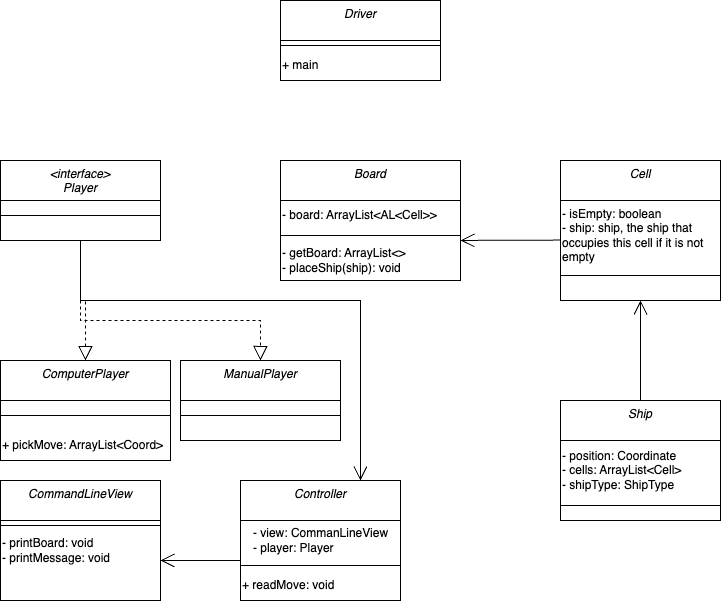
Before: pa03 Class Diagram .drawio.png, a diagram exported from draw.io (CS-3500-OOD/pa03-marbleville). Source tidied: cells renumbered, new cells last; positions are measured from the earlier drawing's top-left corner, leaving out a move shared by most shapes.
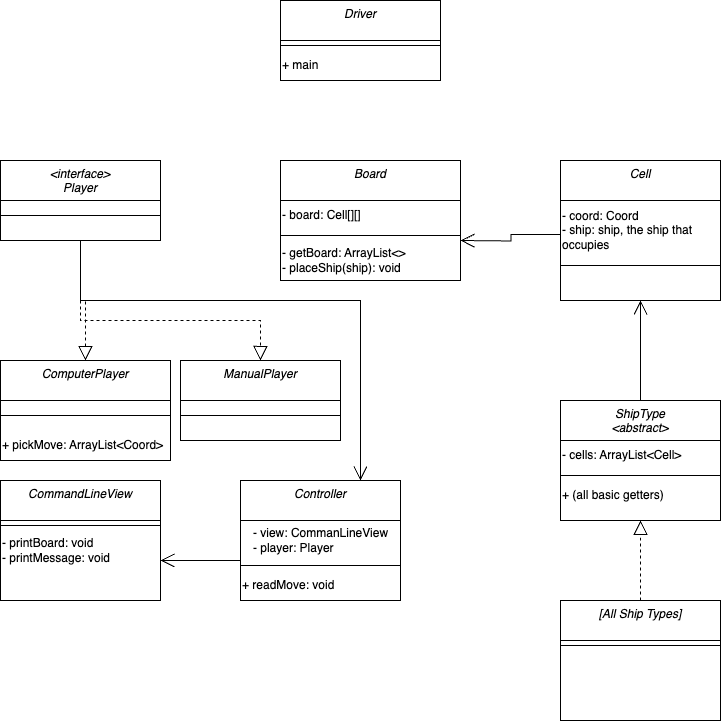
The same diagram one commit later.

The edit, as a diff of the source:
```diff
@@ -11,7 +11,7 @@
     <mxCell id="4" value="Board" style="swimlane;fontStyle=2;align=center;verticalAlign=top;horizontal=1;startSize=40;rounded=0;shadow=0;strokeWidth=1;" parent="1" vertex="1">
       <mxGeometry x="280" y="160" width="180" height="120" as="geometry" />
     </mxCell>
-    <mxCell id="5" value="- board: ArrayList&amp;lt;AL&amp;lt;Cell&amp;gt;&amp;gt;" style="text;html=1;align=left;verticalAlign=middle;strokeColor=none;fillColor=none;" parent="4" vertex="1">
+    <mxCell id="5" value="- board: Cell[][]" style="text;html=1;align=left;verticalAlign=middle;strokeColor=none;fillColor=none;" parent="4" vertex="1">
       <mxGeometry y="40" width="180" height="30" as="geometry" />
     </mxCell>
     <mxCell id="6" style="line;html=1;strokeWidth=1;align=left;verticalAlign=middle;spacingTop=-1;spacingLeft=3;spacingRight=3;labelPosition=right;" parent="4" vertex="1">
@@ -23,21 +23,24 @@
     <mxCell id="8" value="Cell" style="swimlane;fontStyle=2;align=center;verticalAlign=top;horizontal=1;startSize=40;rounded=0;shadow=0;strokeWidth=1;" parent="1" vertex="1">
       <mxGeometry x="560" y="160" width="160" height="140" as="geometry" />
     </mxCell>
-    <mxCell id="9" value="- isEmpty: boolean&amp;nbsp;&lt;br&gt;- ship: ship, the ship that &lt;br&gt;occupies this cell if it is not &lt;br&gt;empty" style="text;html=1;align=left;verticalAlign=middle;points=[];strokeColor=none;fillColor=none;" parent="8" vertex="1">
-      <mxGeometry y="40" width="160" height="70" as="geometry" />
+    <mxCell id="9" value="- coord: Coord&amp;nbsp;&lt;br&gt;- ship: ship, the ship that &lt;br&gt;occupies" style="text;html=1;align=left;verticalAlign=middle;points=[];strokeColor=none;fillColor=none;" parent="8" vertex="1">
+      <mxGeometry y="40" width="160" height="60" as="geometry" />
     </mxCell>
     <mxCell id="10" style="line;html=1;strokeWidth=1;align=left;verticalAlign=middle;spacingTop=-1;spacingLeft=3;spacingRight=3;labelPosition=right;" parent="8" vertex="1">
-      <mxGeometry y="110" width="160" height="10" as="geometry" />
+      <mxGeometry y="100" width="160" height="10" as="geometry" />
     </mxCell>
-    <mxCell id="11" value="Ship" style="swimlane;fontStyle=2;align=center;verticalAlign=top;horizontal=1;startSize=40;rounded=0;shadow=0;strokeWidth=1;" parent="1" vertex="1">
+    <mxCell id="11" value="ShipType&#10;&lt;abstract&gt;" style="swimlane;fontStyle=2;align=center;verticalAlign=top;horizontal=1;startSize=40;rounded=0;shadow=0;strokeWidth=1;" parent="1" vertex="1">
       <mxGeometry x="560" y="400" width="160" height="120" as="geometry" />
     </mxCell>
-    <mxCell id="12" value="- position: Coordinate&amp;nbsp;&lt;br&gt;- cells: ArrayList&amp;lt;Cell&amp;gt;&amp;nbsp;&lt;br&gt;- shipType: ShipType" style="text;html=1;align=left;verticalAlign=middle;strokeColor=none;fillColor=none;" parent="11" vertex="1">
-      <mxGeometry y="40" width="160" height="60" as="geometry" />
+    <mxCell id="12" value="- cells: ArrayList&amp;lt;Cell&amp;gt;&amp;nbsp;" style="text;html=1;align=left;verticalAlign=middle;strokeColor=none;fillColor=none;" parent="11" vertex="1">
+      <mxGeometry y="40" width="160" height="30" as="geometry" />
     </mxCell>
     <mxCell id="13" style="line;html=1;strokeWidth=1;align=left;verticalAlign=middle;spacingTop=-1;spacingLeft=3;spacingRight=3;labelPosition=right;" parent="11" vertex="1">
-      <mxGeometry y="100" width="160" height="10" as="geometry" />
+      <mxGeometry y="70" width="160" height="10" as="geometry" />
     </mxCell>
+    <mxCell id="35" value="+ (all basic getters)" style="text;html=1;align=left;verticalAlign=middle;strokeColor=none;fillColor=none;" parent="11" vertex="1">
+      <mxGeometry y="80" width="160" height="30" as="geometry" />
+    </mxCell>
     <mxCell id="14" style="endArrow=open;endFill=1;endSize=12;html=1;rounded=0;edgeStyle=orthogonalEdgeStyle;entryX=0.5;entryY=1;entryDx=0;entryDy=0;exitX=0.5;exitY=0;exitDx=0;exitDy=0;" parent="1" edge="1" source="11" target="8">
       <mxGeometry relative="1" as="geometry" />
     </mxCell>
@@ -118,5 +121,14 @@
         </Array>
       </mxGeometry>
     </mxCell>
+    <mxCell id="36" value="[All Ship Types]" style="swimlane;fontStyle=2;align=center;verticalAlign=top;horizontal=1;startSize=40;rounded=0;shadow=0;strokeWidth=1;" parent="1" vertex="1">
+      <mxGeometry x="560" y="600" width="160" height="120" as="geometry" />
+    </mxCell>
+    <mxCell id="37" style="line;html=1;strokeWidth=1;align=left;verticalAlign=middle;spacingTop=-1;spacingLeft=3;spacingRight=3;labelPosition=right;" parent="36" vertex="1">
+      <mxGeometry y="40" width="160" height="10" as="geometry" />
+    </mxCell>
+    <mxCell id="38" style="endArrow=block;dashed=1;endFill=0;endSize=12;html=1;rounded=0;exitX=0.5;exitY=0;exitDx=0;exitDy=0;entryX=0.5;entryY=1;entryDx=0;entryDy=0;" parent="1" edge="1" source="36" target="11">
+      <mxGeometry relative="1" as="geometry" />
+    </mxCell>
   </root>
 </mxGraphModel>
```
